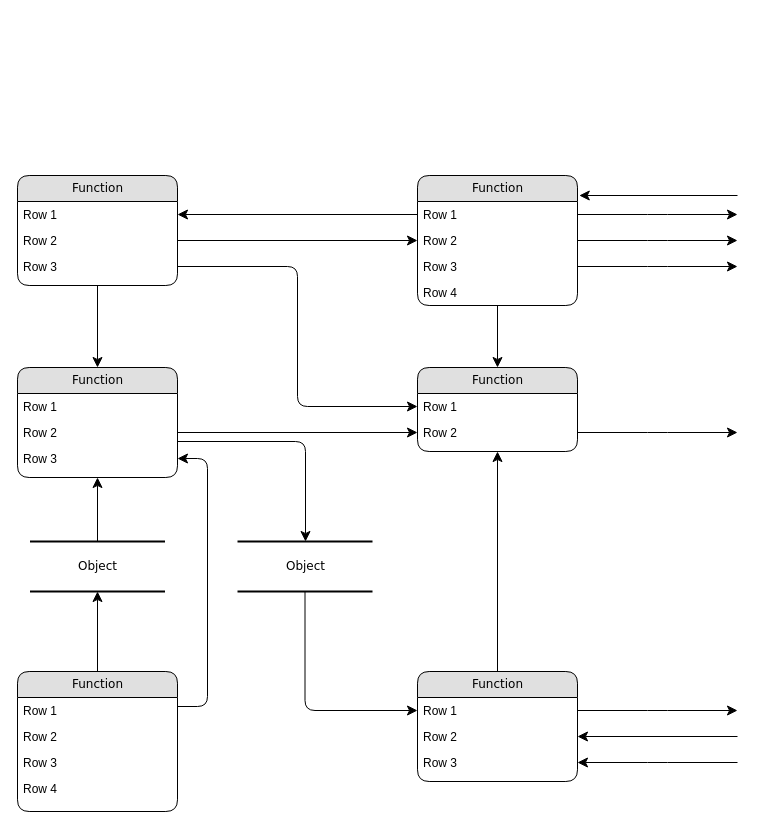
florensson/he-hej keeps this draw.io diagram as Namnlöst diagram.drawio. Above is the earlier version. Source tidied: cells renumbered, new cells numbered last; positions are measured from the earlier drawing's top-left corner, leaving out a move shared by most shapes. Both pictures are drawn from the tidied source at 100%, with x=0, y=0 at pixel (17, 175).
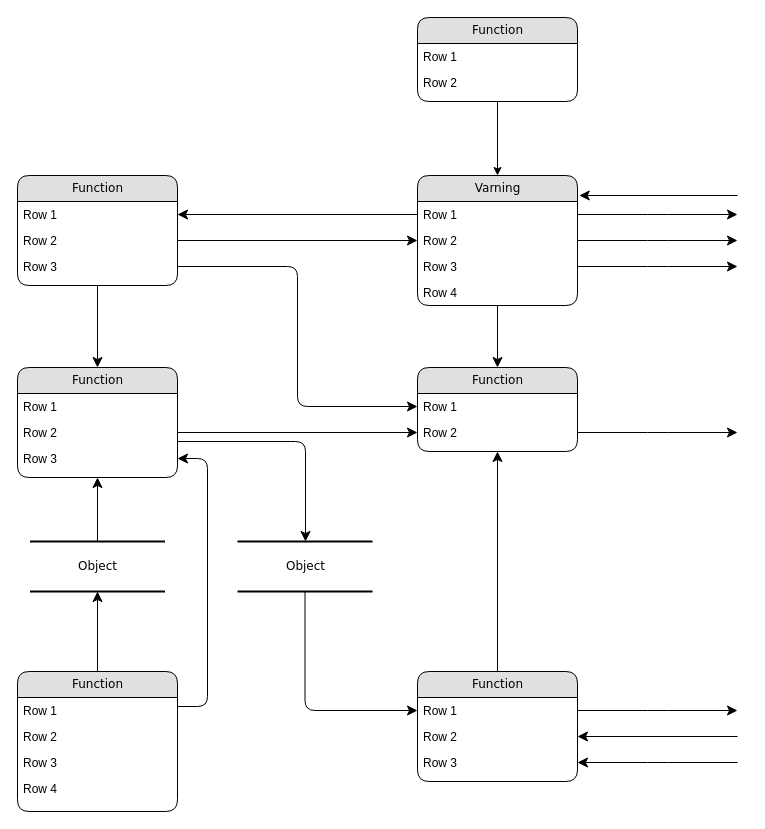
After the change.

Change to the diagram source:
```diff
@@
-    <mxCell id="7" value="Function" style="swimlane;html=1;fontStyle=0;horizontal=1;startSize=26;fillColor=#e0e0e0;swimlaneFillColor=#ffffff;align=center;rounded=1;shadow=0;comic=0;labelBackgroundColor=none;strokeWidth=1;fontFamily=Verdana;fontSize=12;" parent="1" vertex="1">
+    <mxCell id="7" value="Varning" style="swimlane;html=1;fontStyle=0;horizontal=1;startSize=26;fillColor=#e0e0e0;swimlaneFillColor=#ffffff;align=center;rounded=1;shadow=0;comic=0;labelBackgroundColor=none;strokeWidth=1;fontFamily=Verdana;fontSize=12;" parent="1" vertex="1">
       <mxGeometry x="400" width="160" height="130" as="geometry" />
     </mxCell>
@@
+    <mxCell id="49" value="Function" style="swimlane;html=1;fontStyle=0;horizontal=1;startSize=26;fillColor=#e0e0e0;swimlaneFillColor=#ffffff;align=center;rounded=1;shadow=0;comic=0;labelBackgroundColor=none;strokeWidth=1;fontFamily=Verdana;fontSize=12;" parent="1" vertex="1">
+      <mxGeometry x="400" y="-158" width="160" height="84" as="geometry" />
+    </mxCell>
+    <mxCell id="50" value="Row 1" style="text;html=1;strokeColor=none;fillColor=none;spacingLeft=4;spacingRight=4;whiteSpace=wrap;overflow=hidden;" parent="49" vertex="1">
+      <mxGeometry y="26" width="160" height="26" as="geometry" />
+    </mxCell>
+    <mxCell id="51" value="Row 2" style="text;html=1;strokeColor=none;fillColor=none;spacingLeft=4;spacingRight=4;whiteSpace=wrap;overflow=hidden;" parent="49" vertex="1">
+      <mxGeometry y="52" width="160" height="26" as="geometry" />
+    </mxCell>
+    <mxCell id="52" style="endArrow=classic;html=1;rounded=0;entryX=0.5;entryY=0;entryDx=0;entryDy=0;exitX=0.5;exitY=1;exitDx=0;exitDy=0;" parent="1" edge="1" source="49" target="7">
+      <mxGeometry relative="1" as="geometry" />
+    </mxCell>
```
